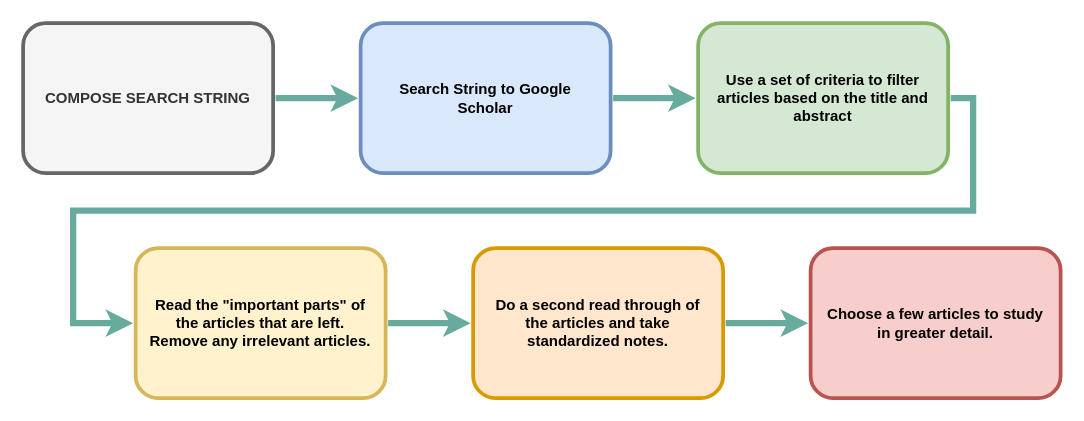
The draw.io diagram SeminarPaper.drawio in Catrovitch/Microservice-Tactics, before the edit. Source tidied: cells renumbered, new cells numbered last; positions are measured from the earlier drawing's top-left corner, leaving out a move shared by most shapes. Both pictures are drawn from the tidied source at 125%, with x=0, y=0 at pixel (22, 22).
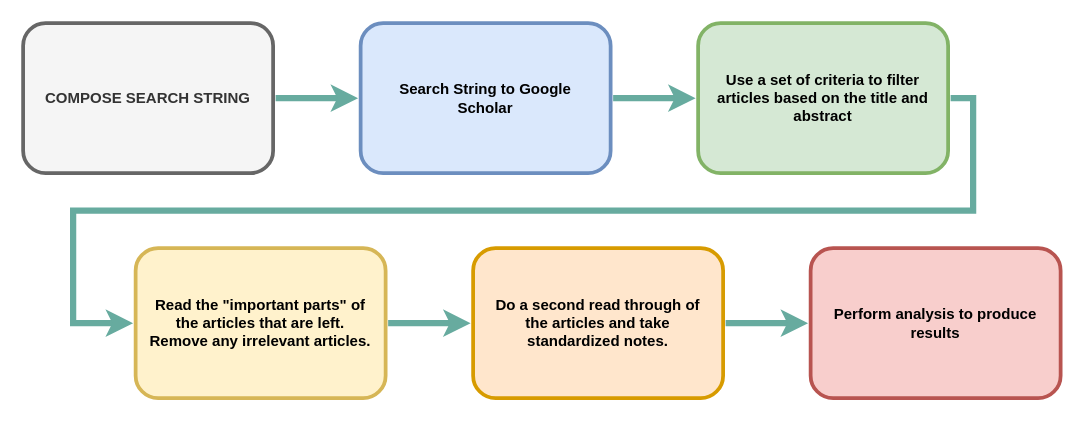
The same diagram, later.

The edit, as a diff of the source:
```diff
@@
 <mxGraphModel>
   <root>
     <mxCell id="0" />
     <mxCell id="1" parent="0" />
     <mxCell id="2" style="edgeStyle=orthogonalEdgeStyle;rounded=0;jettySize=auto;html=1;exitX=1;exitY=0.5;exitDx=0;exitDy=0;entryX=0;entryY=0.5;entryDx=0;entryDy=0;strokeWidth=5;strokeColor=#67AB9F;" parent="1" edge="1" source="3" target="5">
       <mxGeometry relative="1" as="geometry" />
     </mxCell>
     <mxCell id="3" value="COMPOSE SEARCH STRING" style="rounded=1;whiteSpace=wrap;html=1;fillColor=#f5f5f5;strokeColor=#666666;fontColor=#333333;fontStyle=1;strokeWidth=3;perimeterSpacing=2;glass=0;shadow=0;labelBackgroundColor=none;labelBorderColor=none;textShadow=0;spacingTop=0;spacing=9;" parent="1" vertex="1">
       <mxGeometry width="200" height="120" as="geometry" />
     </mxCell>
     <mxCell id="4" style="edgeStyle=orthogonalEdgeStyle;rounded=0;jettySize=auto;html=1;strokeWidth=5;strokeColor=#67AB9F;" parent="1" edge="1" source="5" target="7">
       <mxGeometry relative="1" as="geometry" />
     </mxCell>
     <mxCell id="5" value="&lt;div&gt;Search String to Google Scholar&lt;/div&gt;" style="rounded=1;whiteSpace=wrap;html=1;fillColor=#dae8fc;strokeColor=#6c8ebf;fontStyle=1;strokeWidth=3;perimeterSpacing=2;glass=0;shadow=0;labelBackgroundColor=none;labelBorderColor=none;textShadow=0;spacingTop=0;spacing=9;" parent="1" vertex="1">
       <mxGeometry x="270" width="200" height="120" as="geometry" />
     </mxCell>
     <mxCell id="6" style="edgeStyle=orthogonalEdgeStyle;rounded=0;jettySize=auto;html=1;exitX=1;exitY=0.5;exitDx=0;exitDy=0;entryX=0;entryY=0.5;entryDx=0;entryDy=0;strokeWidth=5;strokeColor=#67AB9F;" parent="1" edge="1" source="7" target="9">
       <mxGeometry relative="1" as="geometry">
         <Array as="points">
           <mxPoint x="760" y="60" />
           <mxPoint x="760" y="150" />
           <mxPoint x="40" y="150" />
           <mxPoint x="40" y="240" />
         </Array>
       </mxGeometry>
     </mxCell>
     <mxCell id="7" value="Use a set of criteria to filter articles based on the title and abstract" style="rounded=1;whiteSpace=wrap;html=1;fillColor=#d5e8d4;strokeColor=#82b366;fontStyle=1;strokeWidth=3;perimeterSpacing=2;glass=0;shadow=0;labelBackgroundColor=none;labelBorderColor=none;textShadow=0;spacingTop=0;spacing=9;" parent="1" vertex="1">
       <mxGeometry x="540" width="200" height="120" as="geometry" />
     </mxCell>
     <mxCell id="8" style="edgeStyle=orthogonalEdgeStyle;rounded=0;jettySize=auto;html=1;exitX=1;exitY=0.5;exitDx=0;exitDy=0;entryX=0;entryY=0.5;entryDx=0;entryDy=0;strokeWidth=5;strokeColor=#67AB9F;" parent="1" edge="1" source="9" target="11">
       <mxGeometry relative="1" as="geometry" />
     </mxCell>
     <mxCell id="9" value="&lt;div&gt;Read the &quot;important parts&quot; of the articles that are left. Remove any irrelevant articles.&lt;/div&gt;" style="rounded=1;whiteSpace=wrap;html=1;fillColor=#fff2cc;strokeColor=#d6b656;fontStyle=1;strokeWidth=3;perimeterSpacing=2;glass=0;shadow=0;labelBackgroundColor=none;labelBorderColor=none;textShadow=0;spacingTop=0;spacing=9;" parent="1" vertex="1">
       <mxGeometry x="90" y="180" width="200" height="120" as="geometry" />
     </mxCell>
     <mxCell id="10" style="edgeStyle=orthogonalEdgeStyle;rounded=0;jettySize=auto;html=1;entryX=0;entryY=0.5;entryDx=0;entryDy=0;strokeWidth=5;strokeColor=#67AB9F;" parent="1" edge="1" source="11" target="12">
       <mxGeometry relative="1" as="geometry" />
     </mxCell>
     <mxCell id="11" value="Do a second read through of the articles and take standardized notes." style="rounded=1;whiteSpace=wrap;html=1;fillColor=#ffe6cc;strokeColor=#d79b00;fontStyle=1;strokeWidth=3;perimeterSpacing=2;glass=0;shadow=0;labelBackgroundColor=none;labelBorderColor=none;textShadow=0;spacingTop=0;spacing=9;" parent="1" vertex="1">
       <mxGeometry x="360" y="180" width="200" height="120" as="geometry" />
     </mxCell>
-    <mxCell id="12" value="&lt;div&gt;Choose a few articles to study in greater detail.&lt;/div&gt;" style="rounded=1;whiteSpace=wrap;html=1;fillColor=#f8cecc;strokeColor=#b85450;fontStyle=1;strokeWidth=3;perimeterSpacing=2;glass=0;shadow=0;labelBackgroundColor=none;labelBorderColor=none;textShadow=0;spacingTop=0;spacing=9;" parent="1" vertex="1">
+    <mxCell id="12" value="Perform analysis to produce results" style="rounded=1;whiteSpace=wrap;html=1;fillColor=#f8cecc;strokeColor=#b85450;fontStyle=1;strokeWidth=3;perimeterSpacing=2;glass=0;shadow=0;labelBackgroundColor=none;labelBorderColor=none;textShadow=0;spacingTop=0;spacing=9;" parent="1" vertex="1">
       <mxGeometry x="630" y="180" width="200" height="120" as="geometry" />
     </mxCell>
   </root>
 </mxGraphModel>
```
